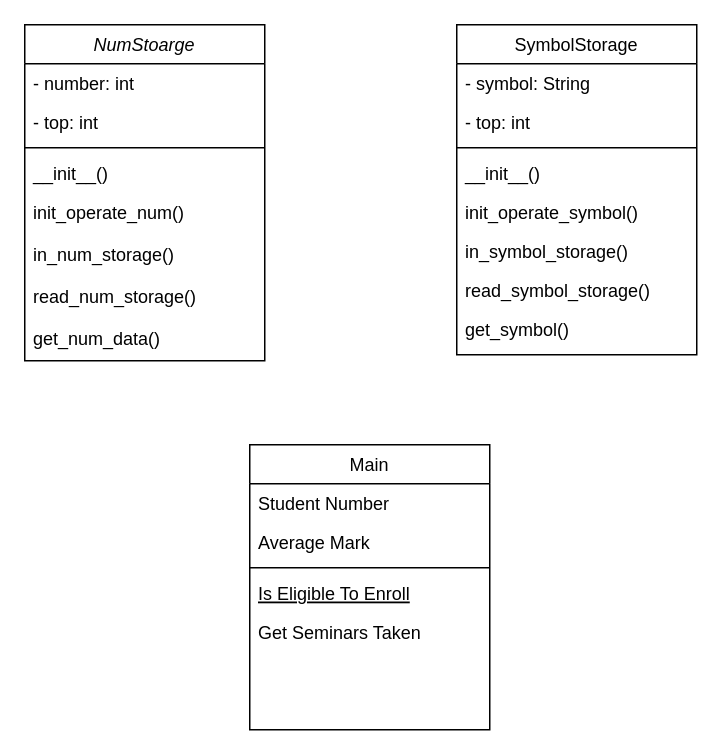
Before: Untitled Diagram.drawio in Hanalessawy/Proj1, a draw.io diagram. Source tidied: cells renumbered, new cells numbered last; positions are measured from the earlier drawing's top-left corner, leaving out a move shared by most shapes. Both pictures are drawn from the tidied source at 150%, with x=0, y=0 at pixel (24, 24).
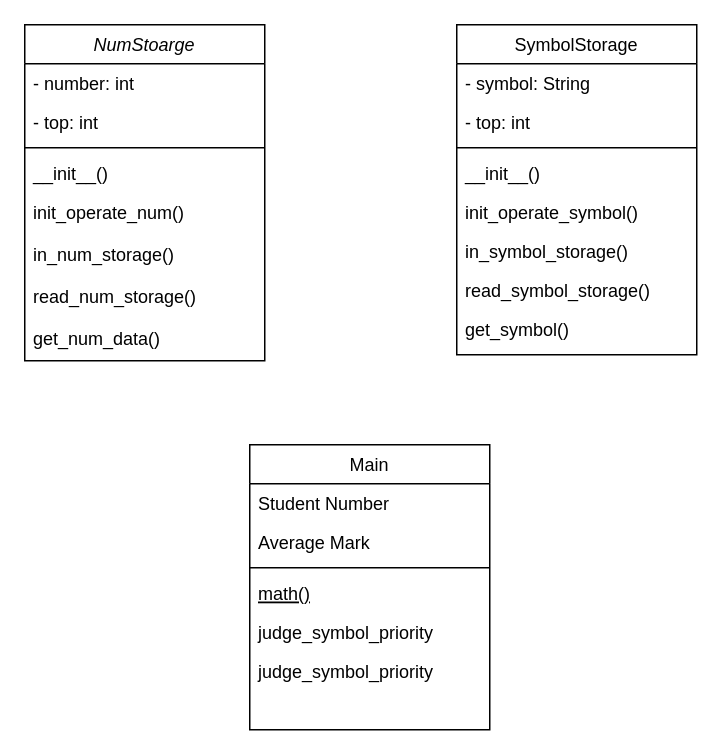
After the change.

The change refers to these unchanged cells:
```xml
<mxCell id="11" value="Main" style="swimlane;fontStyle=0;align=center;verticalAlign=top;horizontal=1;startSize=26;rounded=0;shadow=0;strokeWidth=1;" parent="1" vertex="1">
  <mxGeometry x="150" y="280" width="160" height="190" as="geometry" />
</mxCell>
```

What changed in the source:
```diff
@@
-    <mxCell id="15" value="Is Eligible To Enroll" style="text;align=left;verticalAlign=top;spacingLeft=4;spacingRight=4;overflow=hidden;fontStyle=4;" parent="11" vertex="1">
+    <mxCell id="15" value="math()" style="text;align=left;verticalAlign=top;spacingLeft=4;spacingRight=4;overflow=hidden;fontStyle=4;strokeColor=none;" parent="11" vertex="1">
       <mxGeometry y="86" width="160" height="26" as="geometry" />
     </mxCell>
-    <mxCell id="16" value="Get Seminars Taken" style="text;align=left;verticalAlign=top;spacingLeft=4;spacingRight=4;overflow=hidden;" parent="11" vertex="1">
+    <mxCell id="16" value="judge_symbol_priority" style="text;align=left;verticalAlign=top;spacingLeft=4;spacingRight=4;overflow=hidden;" parent="11" vertex="1">
       <mxGeometry y="112" width="160" height="26" as="geometry" />
     </mxCell>
+    <mxCell id="26" value="judge_symbol_priority" style="text;align=left;verticalAlign=top;spacingLeft=4;spacingRight=4;overflow=hidden;" parent="11" vertex="1">
+      <mxGeometry y="138" width="160" height="26" as="geometry" />
+    </mxCell>
```
